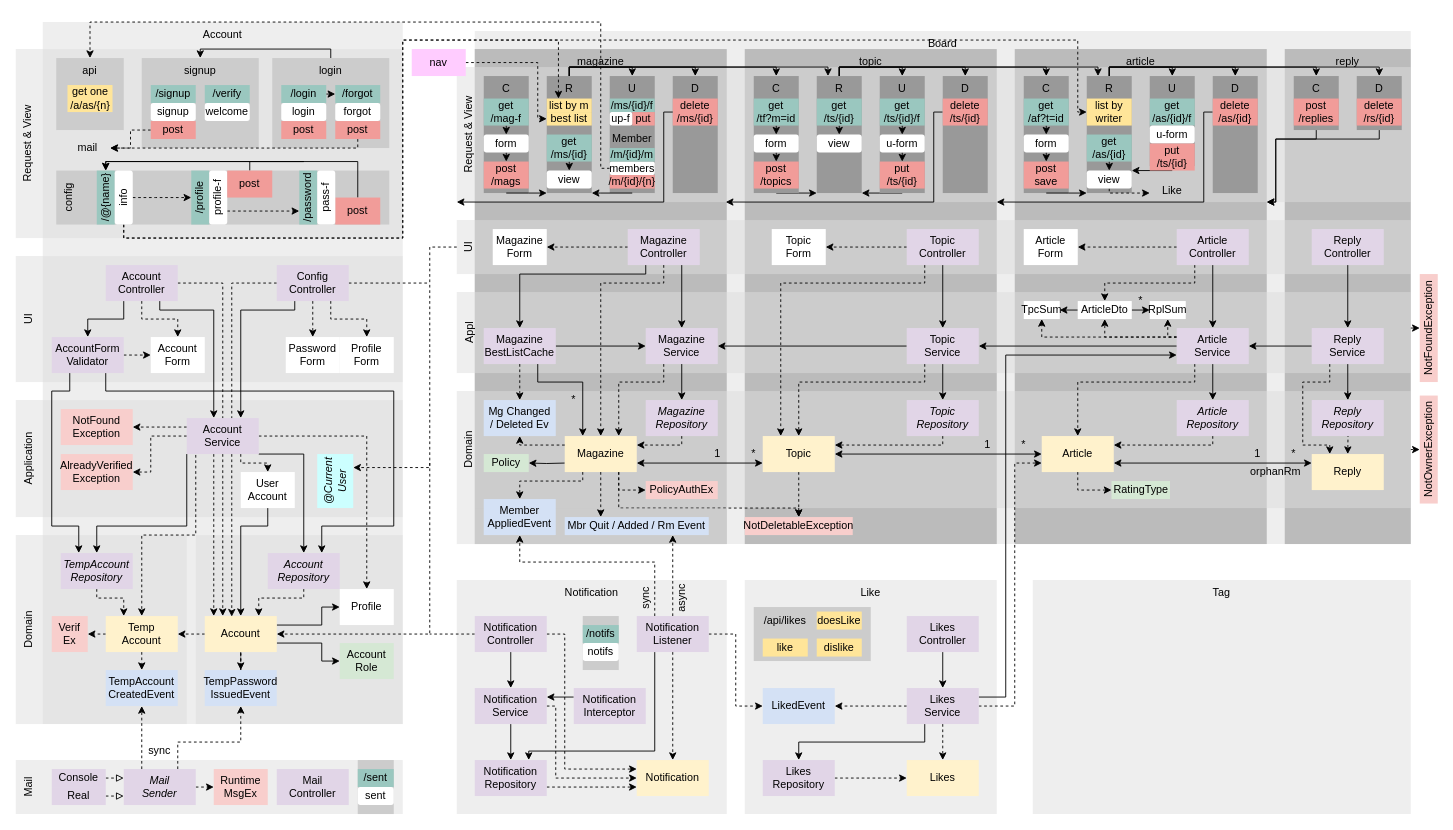
Earlier version of the draw.io diagram diagram.drawio (suloginscene/dinner). Source tidied: cells renumbered, new cells numbered last; positions are measured from the earlier drawing's top-left corner, leaving out a move shared by most shapes. Both pictures are drawn from the tidied source at 90%, with x=0, y=0 at pixel (15, 22).
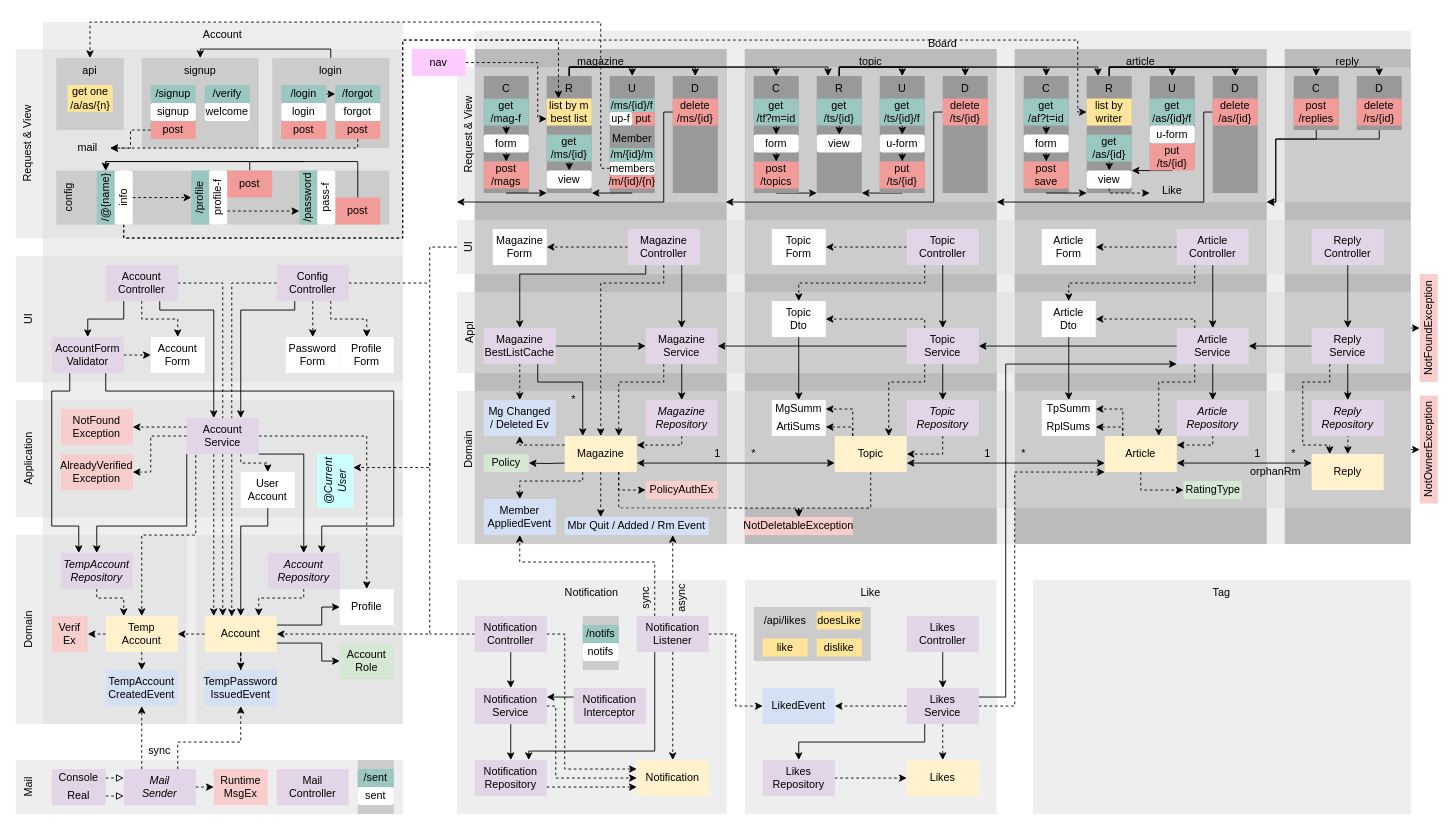
The same page after the edit.

Unchanged cells that the change refers to:
```xml
<mxCell id="118" value="Topic&lt;br&gt;Controller" style="rounded=0;whiteSpace=wrap;html=1;strokeColor=none;fillColor=#E1D5E7;" parent="1" vertex="1">
  <mxGeometry x="990" y="230" width="80" height="40" as="geometry" />
</mxCell>
<mxCell id="123" value="Topic&lt;br&gt;Service" style="rounded=0;whiteSpace=wrap;html=1;strokeColor=none;fillColor=#E1D5E7;" parent="1" vertex="1">
  <mxGeometry x="990" y="340" width="80" height="40" as="geometry" />
</mxCell>
<mxCell id="125" value="&lt;span&gt;Topic&lt;br&gt;&lt;/span&gt;Repository" style="rounded=0;whiteSpace=wrap;html=1;strokeColor=none;fontStyle=2;fillColor=#E1D5E7;" parent="1" vertex="1">
  <mxGeometry x="990" y="420" width="80" height="40" as="geometry" />
</mxCell>
<mxCell id="157" value="Article&lt;br&gt;Service" style="rounded=0;whiteSpace=wrap;html=1;strokeColor=none;fillColor=#E1D5E7;" parent="1" vertex="1">
  <mxGeometry x="1290" y="340" width="80" height="40" as="geometry" />
</mxCell>
<mxCell id="250" value="NotDeletableException" style="rounded=0;whiteSpace=wrap;html=1;strokeColor=none;fillColor=#F8CECC;" parent="1" vertex="1">
  <mxGeometry x="810" y="550" width="120" height="20" as="geometry" />
</mxCell>
<mxCell id="300" value="Likes&lt;br&gt;Service" style="rounded=0;whiteSpace=wrap;html=1;strokeColor=none;fillColor=#E1D5E7;" parent="1" vertex="1">
  <mxGeometry x="990" y="740" width="80" height="40" as="geometry" />
</mxCell>
```

Diff of the diagram source:
```diff
@@
-    <mxCell id="117" style="edgeStyle=orthogonalEdgeStyle;rounded=0;jettySize=auto;html=1;exitX=0.25;exitY=1;exitDx=0;exitDy=0;entryX=0.25;entryY=0;entryDx=0;entryDy=0;dashed=1;" parent="1" edge="1" source="118" target="128">
+    <mxCell id="117" style="edgeStyle=orthogonalEdgeStyle;rounded=0;jettySize=auto;html=1;exitX=0.25;exitY=1;exitDx=0;exitDy=0;entryX=0.5;entryY=0;entryDx=0;entryDy=0;dashed=1;" parent="1" edge="1" source="118" target="350">
       <mxGeometry relative="1" as="geometry">
         <Array as="points">
           <mxPoint x="1010" y="290" />
-          <mxPoint x="850" y="290" />
+          <mxPoint x="870" y="290" />
         </Array>
       </mxGeometry>
     </mxCell>
@@
-    <mxCell id="122" style="edgeStyle=orthogonalEdgeStyle;rounded=0;jettySize=auto;html=1;exitX=0.25;exitY=1;exitDx=0;exitDy=0;dashed=1;" parent="1" edge="1" source="123" target="128">
+    <mxCell id="122" style="edgeStyle=orthogonalEdgeStyle;rounded=0;jettySize=auto;html=1;exitX=0.25;exitY=1;exitDx=0;exitDy=0;dashed=1;entryX=0.75;entryY=0;entryDx=0;entryDy=0;" parent="1" edge="1" source="123" target="128">
       <mxGeometry relative="1" as="geometry">
         <Array as="points">
-          <mxPoint x="1010" y="400" />
-          <mxPoint x="870" y="400" />
+          <mxPoint x="1000" y="400" />
+          <mxPoint x="960" y="400" />
         </Array>
       </mxGeometry>
     </mxCell>
+    <mxCell id="343" style="edgeStyle=orthogonalEdgeStyle;rounded=0;jettySize=auto;html=1;exitX=0.25;exitY=0;exitDx=0;exitDy=0;entryX=1;entryY=0.5;entryDx=0;entryDy=0;dashed=1;" parent="1" edge="1" source="123" target="350">
+      <mxGeometry relative="1" as="geometry">
+        <Array as="points">
+          <mxPoint x="1010" y="330" />
+        </Array>
+      </mxGeometry>
+    </mxCell>
@@
-    <mxCell id="124" style="edgeStyle=orthogonalEdgeStyle;rounded=0;jettySize=auto;html=1;exitX=0.5;exitY=1;exitDx=0;exitDy=0;entryX=1;entryY=0.25;entryDx=0;entryDy=0;dashed=1;" parent="1" edge="1" source="125" target="128">
+    <mxCell id="124" style="edgeStyle=orthogonalEdgeStyle;rounded=0;jettySize=auto;html=1;exitX=0.5;exitY=1;exitDx=0;exitDy=0;entryX=1;entryY=0.5;entryDx=0;entryDy=0;dashed=1;" parent="1" edge="1" source="125" target="128">
       <mxGeometry relative="1" as="geometry">
         <Array as="points">
-          <mxPoint x="1030" y="470" />
+          <mxPoint x="1030" y="480" />
         </Array>
       </mxGeometry>
     </mxCell>
@@
     <mxCell id="127" style="edgeStyle=orthogonalEdgeStyle;rounded=0;jettySize=auto;html=1;exitX=0.5;exitY=1;exitDx=0;exitDy=0;dashed=1;startArrow=none;startFill=0;entryX=0.5;entryY=0;entryDx=0;entryDy=0;" parent="1" edge="1" source="128" target="250">
       <mxGeometry relative="1" as="geometry">
         <Array as="points">
-          <mxPoint x="870" y="550" />
+          <mxPoint x="950" y="540" />
+          <mxPoint x="870" y="540" />
         </Array>
       </mxGeometry>
     </mxCell>
+    <mxCell id="344" style="edgeStyle=orthogonalEdgeStyle;rounded=0;jettySize=auto;html=1;exitX=0.25;exitY=0;exitDx=0;exitDy=0;entryX=1;entryY=0.5;entryDx=0;entryDy=0;dashed=1;" parent="1" edge="1" source="128" target="352">
+      <mxGeometry relative="1" as="geometry">
+        <Array as="points">
+          <mxPoint x="930" y="430" />
+        </Array>
+      </mxGeometry>
+    </mxCell>
+    <mxCell id="345" style="edgeStyle=orthogonalEdgeStyle;rounded=0;jettySize=auto;html=1;exitX=0.25;exitY=0;exitDx=0;exitDy=0;entryX=1;entryY=0.5;entryDx=0;entryDy=0;dashed=1;" parent="1" edge="1" source="128" target="351">
+      <mxGeometry relative="1" as="geometry">
+        <Array as="points">
+          <mxPoint x="930" y="450" />
+        </Array>
+      </mxGeometry>
+    </mxCell>
     <mxCell id="128" value="Topic" style="rounded=0;whiteSpace=wrap;html=1;strokeColor=none;fillColor=#FFF2CC;" parent="1" vertex="1">
-      <mxGeometry x="830" y="460" width="80" height="40" as="geometry" />
+      <mxGeometry x="910" y="460" width="80" height="40" as="geometry" />
     </mxCell>
@@
     <mxCell id="150" value="Article&lt;br&gt;Form" style="rounded=0;whiteSpace=wrap;html=1;strokeColor=none;" parent="1" vertex="1">
-      <mxGeometry x="1120" y="230" width="60" height="40" as="geometry" />
+      <mxGeometry x="1140" y="230" width="60" height="40" as="geometry" />
     </mxCell>
@@
-    <mxCell id="153" style="edgeStyle=orthogonalEdgeStyle;rounded=0;jettySize=auto;html=1;exitX=0.25;exitY=1;exitDx=0;exitDy=0;entryX=0.5;entryY=0;entryDx=0;entryDy=0;dashed=1;" parent="1" edge="1" source="157" target="162">
+    <mxCell id="153" style="edgeStyle=orthogonalEdgeStyle;rounded=0;jettySize=auto;html=1;exitX=0.25;exitY=1;exitDx=0;exitDy=0;entryX=0.75;entryY=0;entryDx=0;entryDy=0;dashed=1;" parent="1" edge="1" source="157" target="162">
       <mxGeometry relative="1" as="geometry">
         <Array as="points">
           <mxPoint x="1310" y="400" />
-          <mxPoint x="1180" y="400" />
+          <mxPoint x="1270" y="400" />
         </Array>
       </mxGeometry>
     </mxCell>
-    <mxCell id="154" style="edgeStyle=orthogonalEdgeStyle;rounded=0;jettySize=auto;html=1;exitX=0;exitY=0.25;exitDx=0;exitDy=0;entryX=0.5;entryY=1;entryDx=0;entryDy=0;dashed=1;" parent="1" edge="1" source="157" target="339">
+    <mxCell id="154" style="edgeStyle=orthogonalEdgeStyle;rounded=0;jettySize=auto;html=1;exitX=0.25;exitY=0;exitDx=0;exitDy=0;entryX=1;entryY=0.5;entryDx=0;entryDy=0;dashed=1;" parent="1" edge="1" source="157" target="339">
       <mxGeometry relative="1" as="geometry">
         <Array as="points">
-          <mxPoint x="1210" y="350" />
+          <mxPoint x="1310" y="330" />
         </Array>
       </mxGeometry>
     </mxCell>
-    <mxCell id="155" style="edgeStyle=orthogonalEdgeStyle;rounded=0;jettySize=auto;html=1;exitX=0;exitY=0.25;exitDx=0;exitDy=0;entryX=0.5;entryY=1;entryDx=0;entryDy=0;dashed=1;" parent="1" edge="1" source="157" target="340">
-      <mxGeometry relative="1" as="geometry">
-        <Array as="points">
-          <mxPoint x="1280" y="350" />
-        </Array>
-      </mxGeometry>
-    </mxCell>
-    <mxCell id="156" style="edgeStyle=orthogonalEdgeStyle;rounded=0;jettySize=auto;html=1;exitX=0;exitY=0.25;exitDx=0;exitDy=0;entryX=0.5;entryY=1;entryDx=0;entryDy=0;dashed=1;" parent="1" edge="1" source="157" target="342">
-      <mxGeometry relative="1" as="geometry" />
-    </mxCell>
@@
-    <mxCell id="160" style="edgeStyle=orthogonalEdgeStyle;rounded=0;jettySize=auto;html=1;exitX=0;exitY=0.5;exitDx=0;exitDy=0;entryX=1;entryY=0.5;entryDx=0;entryDy=0;startArrow=classic;startFill=1;" parent="1" edge="1" source="162" target="128">
+    <mxCell id="160" style="edgeStyle=orthogonalEdgeStyle;rounded=0;jettySize=auto;html=1;entryX=1;entryY=0.75;entryDx=0;entryDy=0;startArrow=classic;startFill=1;exitX=0;exitY=0.75;exitDx=0;exitDy=0;" parent="1" edge="1" source="162" target="128">
       <mxGeometry relative="1" as="geometry" />
     </mxCell>
     <mxCell id="161" style="edgeStyle=orthogonalEdgeStyle;rounded=0;jettySize=auto;html=1;exitX=0.5;exitY=1;exitDx=0;exitDy=0;entryX=0;entryY=0.5;entryDx=0;entryDy=0;dashed=1;" parent="1" edge="1" source="162" target="336">
       <mxGeometry relative="1" as="geometry">
         <Array as="points">
-          <mxPoint x="1180" y="520" />
+          <mxPoint x="1250" y="520" />
         </Array>
       </mxGeometry>
     </mxCell>
+    <mxCell id="346" style="edgeStyle=orthogonalEdgeStyle;rounded=0;jettySize=auto;html=1;exitX=0.25;exitY=0;exitDx=0;exitDy=0;entryX=1;entryY=0.5;entryDx=0;entryDy=0;dashed=1;" parent="1" edge="1" source="162" target="353">
+      <mxGeometry relative="1" as="geometry" />
+    </mxCell>
+    <mxCell id="347" style="edgeStyle=orthogonalEdgeStyle;rounded=0;jettySize=auto;html=1;exitX=0.25;exitY=0;exitDx=0;exitDy=0;entryX=1;entryY=0.5;entryDx=0;entryDy=0;dashed=1;" parent="1" edge="1" source="162" target="354">
+      <mxGeometry relative="1" as="geometry">
+        <Array as="points">
+          <mxPoint x="1230" y="450" />
+        </Array>
+      </mxGeometry>
+    </mxCell>
     <mxCell id="162" value="Article" style="rounded=0;whiteSpace=wrap;html=1;strokeColor=none;fillColor=#FFF2CC;" parent="1" vertex="1">
-      <mxGeometry x="1140" y="460" width="80" height="40" as="geometry" />
+      <mxGeometry x="1210" y="460" width="80" height="40" as="geometry" />
     </mxCell>
@@
     <mxCell id="166" value="*" style="rounded=1;whiteSpace=wrap;html=1;strokeColor=none;fillColor=none;" parent="1" vertex="1">
-      <mxGeometry x="1110" y="460" width="20" height="20" as="geometry" />
+      <mxGeometry x="1110" y="470" width="20" height="20" as="geometry" />
     </mxCell>
@@
     <mxCell id="244" value="1" style="rounded=1;whiteSpace=wrap;html=1;strokeColor=none;fillColor=none;" parent="1" vertex="1">
-      <mxGeometry x="1070" y="460" width="20" height="20" as="geometry" />
+      <mxGeometry x="1070" y="470" width="20" height="20" as="geometry" />
     </mxCell>
@@
-    <mxCell id="296" style="edgeStyle=orthogonalEdgeStyle;rounded=0;jettySize=auto;html=1;exitX=1;exitY=0.25;exitDx=0;exitDy=0;entryX=0;entryY=0.75;entryDx=0;entryDy=0;endArrow=classic;endFill=1;" parent="1" edge="1" source="300" target="157">
+    <mxCell id="296" style="edgeStyle=orthogonalEdgeStyle;rounded=0;jettySize=auto;html=1;exitX=1;exitY=0.25;exitDx=0;exitDy=0;entryX=0;entryY=1;entryDx=0;entryDy=0;endArrow=classic;endFill=1;" parent="1" edge="1" source="300" target="157">
       <mxGeometry relative="1" as="geometry">
         <Array as="points">
           <mxPoint x="1100" y="750" />
-          <mxPoint x="1100" y="370" />
+          <mxPoint x="1100" y="380" />
         </Array>
       </mxGeometry>
     </mxCell>
@@
-    <mxCell id="299" style="edgeStyle=orthogonalEdgeStyle;rounded=0;jettySize=auto;html=1;exitX=1;exitY=0.5;exitDx=0;exitDy=0;entryX=0;entryY=0.75;entryDx=0;entryDy=0;dashed=1;" parent="1" edge="1" source="300" target="162">
+    <mxCell id="299" style="edgeStyle=orthogonalEdgeStyle;rounded=0;jettySize=auto;html=1;exitX=1;exitY=0.5;exitDx=0;exitDy=0;entryX=0;entryY=1;entryDx=0;entryDy=0;dashed=1;" parent="1" edge="1" source="300" target="162">
       <mxGeometry relative="1" as="geometry">
         <Array as="points">
           <mxPoint x="1110" y="760" />
-          <mxPoint x="1110" y="490" />
+          <mxPoint x="1110" y="500" />
         </Array>
       </mxGeometry>
     </mxCell>
@@
     <mxCell id="336" value="RatingType" style="rounded=0;whiteSpace=wrap;html=1;strokeColor=none;fillColor=#D5E8D4;" parent="1" vertex="1">
-      <mxGeometry x="1217.5" y="510" width="65" height="20" as="geometry" />
+      <mxGeometry x="1297.5" y="510" width="65" height="20" as="geometry" />
     </mxCell>
-    <mxCell id="337" style="edgeStyle=orthogonalEdgeStyle;rounded=0;jettySize=auto;html=1;exitX=1;exitY=0.5;exitDx=0;exitDy=0;entryX=0;entryY=0.5;entryDx=0;entryDy=0;" parent="1" edge="1" source="339" target="340">
-      <mxGeometry relative="1" as="geometry" />
-    </mxCell>
-    <mxCell id="338" style="edgeStyle=orthogonalEdgeStyle;rounded=0;jettySize=auto;html=1;exitX=0;exitY=0.5;exitDx=0;exitDy=0;entryX=1;entryY=0.5;entryDx=0;entryDy=0;" parent="1" edge="1" source="339" target="342">
-      <mxGeometry relative="1" as="geometry" />
-    </mxCell>
+    <mxCell id="348" style="edgeStyle=orthogonalEdgeStyle;rounded=0;jettySize=auto;html=1;exitX=0.5;exitY=1;exitDx=0;exitDy=0;entryX=0.5;entryY=0;entryDx=0;entryDy=0;" parent="1" edge="1" source="339" target="353">
+      <mxGeometry relative="1" as="geometry" />
+    </mxCell>
-    <mxCell id="339" value="ArticleDto" style="rounded=0;whiteSpace=wrap;html=1;strokeColor=none;" parent="1" vertex="1">
-      <mxGeometry x="1180" y="310" width="60" height="20" as="geometry" />
+    <mxCell id="339" value="Article&lt;br&gt;Dto" style="rounded=0;whiteSpace=wrap;html=1;strokeColor=none;" parent="1" vertex="1">
+      <mxGeometry x="1140" y="310" width="60" height="40" as="geometry" />
     </mxCell>
-    <mxCell id="340" value="RplSum" style="rounded=0;whiteSpace=wrap;html=1;strokeColor=none;" parent="1" vertex="1">
-      <mxGeometry x="1260" y="310" width="40" height="20" as="geometry" />
-    </mxCell>
-    <mxCell id="341" value="*" style="rounded=1;whiteSpace=wrap;html=1;strokeColor=none;fillColor=none;" parent="1" vertex="1">
-      <mxGeometry x="1240" y="300" width="20" height="20" as="geometry" />
-    </mxCell>
-    <mxCell id="342" value="TpcSum" style="rounded=0;whiteSpace=wrap;html=1;strokeColor=none;" parent="1" vertex="1">
-      <mxGeometry x="1120" y="310" width="40" height="20" as="geometry" />
-    </mxCell>
+    <mxCell id="349" style="edgeStyle=orthogonalEdgeStyle;rounded=0;jettySize=auto;html=1;exitX=0.5;exitY=1;exitDx=0;exitDy=0;entryX=0.5;entryY=0;entryDx=0;entryDy=0;" parent="1" edge="1" source="350" target="352">
+      <mxGeometry relative="1" as="geometry">
+        <Array as="points">
+          <mxPoint x="870" y="410" />
+          <mxPoint x="870" y="410" />
+        </Array>
+      </mxGeometry>
+    </mxCell>
+    <mxCell id="350" value="Topic&lt;br&gt;Dto" style="rounded=0;whiteSpace=wrap;html=1;strokeColor=none;" parent="1" vertex="1">
+      <mxGeometry x="840" y="310" width="60" height="40" as="geometry" />
+    </mxCell>
+    <mxCell id="351" value="ArtiSums" style="rounded=0;whiteSpace=wrap;html=1;strokeColor=none;" parent="1" vertex="1">
+      <mxGeometry x="840" y="440" width="60" height="20" as="geometry" />
+    </mxCell>
+    <mxCell id="352" value="MgSumm" style="rounded=0;whiteSpace=wrap;html=1;strokeColor=none;" parent="1" vertex="1">
+      <mxGeometry x="840" y="420" width="60" height="20" as="geometry" />
+    </mxCell>
+    <mxCell id="353" value="TpSumm" style="rounded=0;whiteSpace=wrap;html=1;strokeColor=none;" parent="1" vertex="1">
+      <mxGeometry x="1140" y="420" width="60" height="20" as="geometry" />
+    </mxCell>
+    <mxCell id="354" value="RplSums" style="rounded=0;whiteSpace=wrap;html=1;strokeColor=none;" parent="1" vertex="1">
+      <mxGeometry x="1140" y="440" width="60" height="20" as="geometry" />
+    </mxCell>
```
